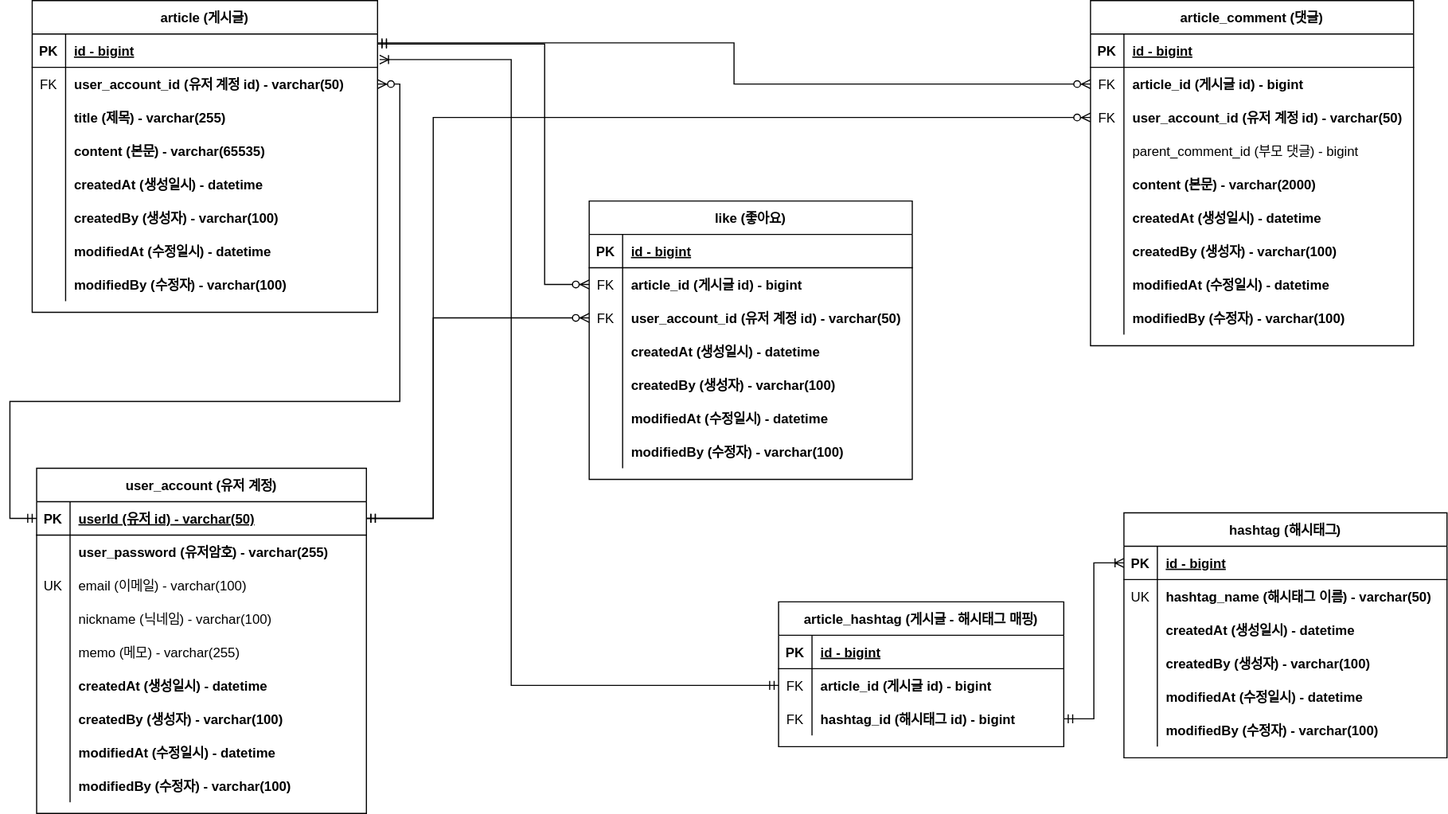
Before: doc/project-sns.drawio.svg, a diagram exported from draw.io (ellaCoo/sns). Source tidied: cells renumbered, new cells last; positions are measured from the earlier drawing's top-left corner, leaving out a move shared by most shapes.
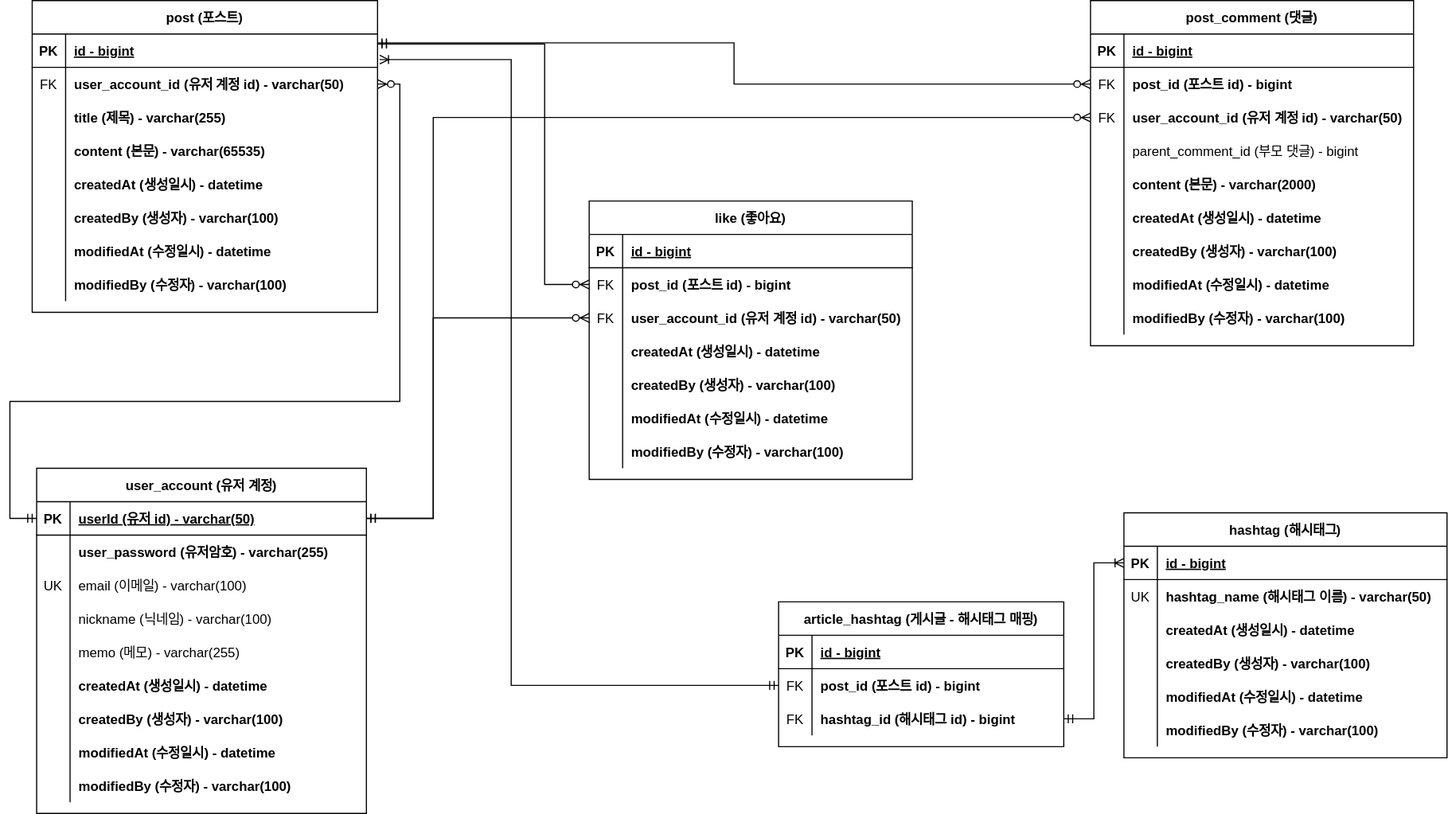
After the change.

What changed in the source:
```diff
@@ -2,7 +2,7 @@
   <root>
     <mxCell id="0" />
     <mxCell id="1" parent="0" />
-    <mxCell id="2" value="article (게시글)" style="shape=table;startSize=30;rowLines=0;fontStyle=1;align=center;" parent="1" vertex="1">
+    <mxCell id="2" value="post (포스트)" style="shape=table;startSize=30;rowLines=0;fontStyle=1;align=center;" parent="1" vertex="1">
       <mxGeometry x="20" width="310" height="280" as="geometry" />
     </mxCell>
     <mxCell id="3" style="shape=tableRow;horizontal=0;startSize=0;swimlaneHead=0;swimlaneBody=0;fillColor=none;points=[[0,0.5],[1,0.5]];portConstraint=eastwest;top=0;left=0;right=0;bottom=1;" parent="2" vertex="1">
@@ -77,7 +77,7 @@
     <mxCell id="26" value="modifiedBy (수정자) - varchar(100)" style="shape=partialRectangle;fillColor=none;top=0;left=0;bottom=0;right=0;align=left;spacingLeft=6;overflow=hidden;fontStyle=1;" parent="24" vertex="1">
       <mxGeometry x="30" width="280" height="30" as="geometry" />
     </mxCell>
-    <mxCell id="27" value="article_comment (댓글)" style="shape=table;startSize=30;rowLines=0;fontStyle=1;align=center;" parent="1" vertex="1">
+    <mxCell id="27" value="post_comment (댓글)" style="shape=table;startSize=30;rowLines=0;fontStyle=1;align=center;" parent="1" vertex="1">
       <mxGeometry x="970" width="290" height="310" as="geometry" />
     </mxCell>
     <mxCell id="28" style="shape=tableRow;horizontal=0;startSize=0;swimlaneHead=0;swimlaneBody=0;fillColor=none;top=0;left=0;right=0;bottom=1;" parent="27" vertex="1">
@@ -95,7 +95,7 @@
     <mxCell id="32" value="FK" style="shape=partialRectangle;fillColor=none;top=0;left=0;bottom=0;right=0;overflow=hidden;" parent="31" vertex="1">
       <mxGeometry width="30" height="30" as="geometry" />
     </mxCell>
-    <mxCell id="33" value="article_id (게시글 id) - bigint" style="shape=partialRectangle;fillColor=none;top=0;left=0;bottom=0;right=0;align=left;spacingLeft=6;overflow=hidden;fontStyle=1;" parent="31" vertex="1">
+    <mxCell id="33" value="post_id (포스트 id) - bigint" style="shape=partialRectangle;fillColor=none;top=0;left=0;bottom=0;right=0;align=left;spacingLeft=6;overflow=hidden;fontStyle=1;" parent="31" vertex="1">
       <mxGeometry x="30" width="260" height="30" as="geometry" />
     </mxCell>
     <mxCell id="34" style="shape=tableRow;horizontal=0;startSize=0;swimlaneHead=0;swimlaneBody=0;fillColor=none;points=[[0,0.5],[1,0.5]];portConstraint=eastwest;top=0;left=0;right=0;bottom=0;" parent="27" vertex="1">
@@ -341,7 +341,7 @@
     <mxCell id="110" value="FK" style="shape=partialRectangle;fillColor=none;top=0;left=0;bottom=0;right=0;overflow=hidden;" parent="109" vertex="1">
       <mxGeometry width="30" height="30" as="geometry" />
     </mxCell>
-    <mxCell id="111" value="article_id (게시글 id) - bigint" style="shape=partialRectangle;fillColor=none;top=0;left=0;bottom=0;right=0;align=left;spacingLeft=6;overflow=hidden;fontStyle=1;" parent="109" vertex="1">
+    <mxCell id="111" value="post_id (포스트 id) - bigint" style="shape=partialRectangle;fillColor=none;top=0;left=0;bottom=0;right=0;align=left;spacingLeft=6;overflow=hidden;fontStyle=1;" parent="109" vertex="1">
       <mxGeometry x="30" width="226" height="30" as="geometry" />
     </mxCell>
     <mxCell id="112" style="shape=tableRow;horizontal=0;startSize=0;swimlaneHead=0;swimlaneBody=0;fillColor=none;points=[[0,0.5],[1,0.5]];portConstraint=eastwest;top=0;left=0;right=0;bottom=0;" parent="105" vertex="1">
@@ -382,7 +382,7 @@
     <mxCell id="122" value="FK" style="shape=partialRectangle;fillColor=none;top=0;left=0;bottom=0;right=0;overflow=hidden;" parent="121" vertex="1">
       <mxGeometry width="30" height="30" as="geometry" />
     </mxCell>
-    <mxCell id="123" value="article_id (게시글 id) - bigint" style="shape=partialRectangle;fillColor=none;top=0;left=0;bottom=0;right=0;align=left;spacingLeft=6;overflow=hidden;fontStyle=1;" parent="121" vertex="1">
+    <mxCell id="123" value="post_id (포스트 id) - bigint" style="shape=partialRectangle;fillColor=none;top=0;left=0;bottom=0;right=0;align=left;spacingLeft=6;overflow=hidden;fontStyle=1;" parent="121" vertex="1">
       <mxGeometry x="30" width="260" height="30" as="geometry" />
     </mxCell>
     <mxCell id="124" style="shape=tableRow;horizontal=0;startSize=0;swimlaneHead=0;swimlaneBody=0;fillColor=none;points=[[0,0.5],[1,0.5]];portConstraint=eastwest;top=0;left=0;right=0;bottom=0;" parent="117" vertex="1">
```
